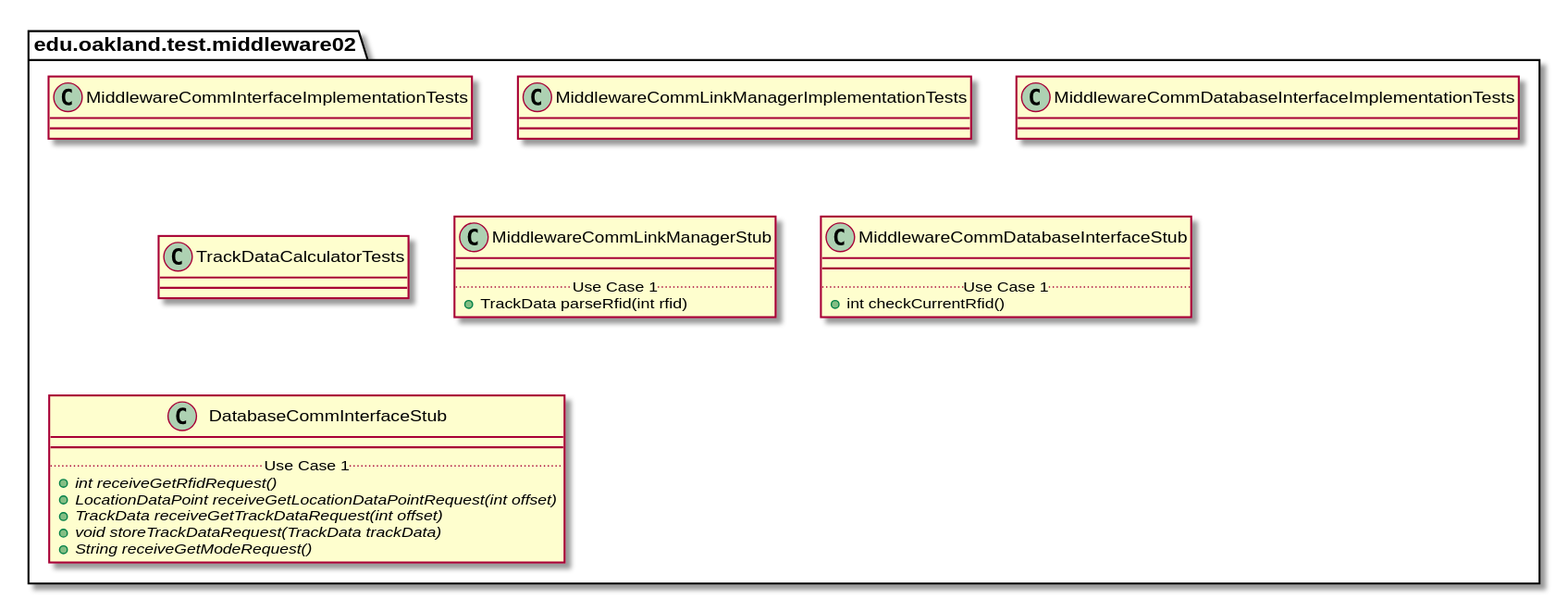
Before: docs/uml-class-diagrams/middleware02/test/Middleware02TestPackage.svg, a diagram exported from PlantUML (elilley15/csi-3370-software-project).
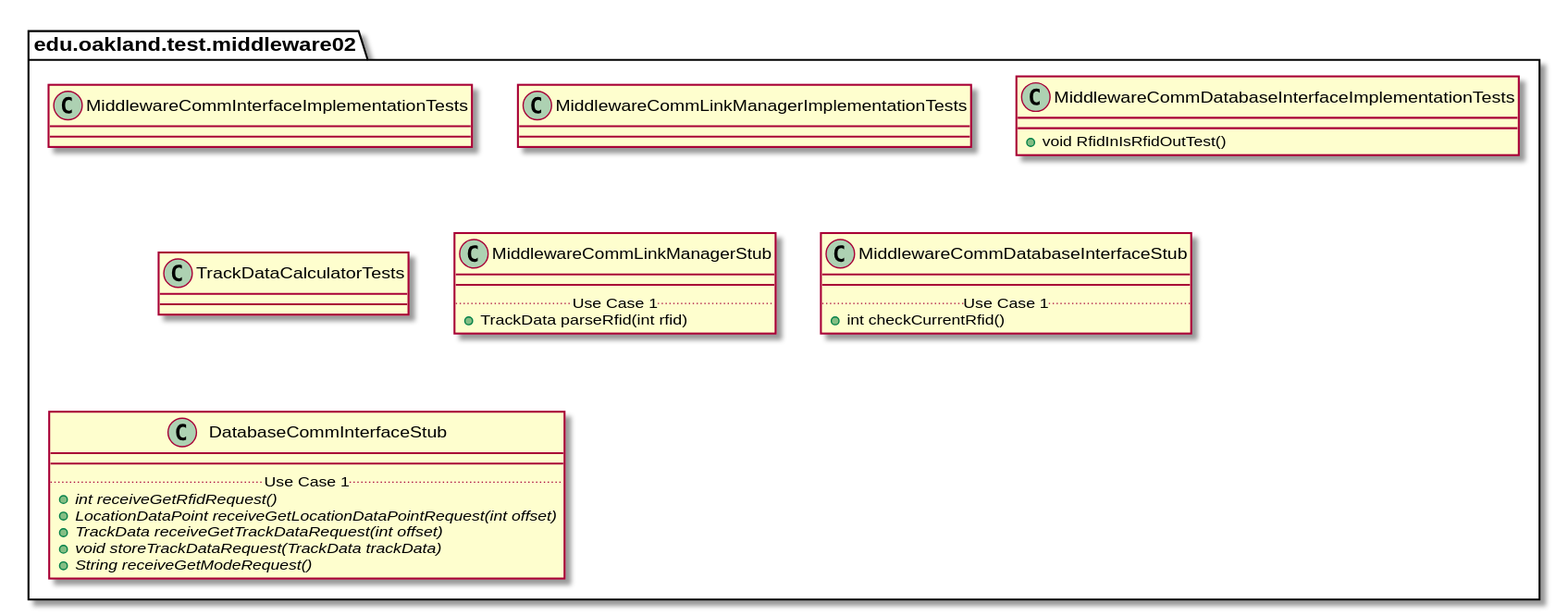
After the change.

The edit, as a diff of the source:
```diff
@@ -21,7 +21,7 @@
 
 package edu.oakland.test.middleware02 {
     class MiddlewareCommDatabaseInterfaceImplementationTests {
-
+      + void RfidInIsRfidOutTest()
     }
 }
 
```
